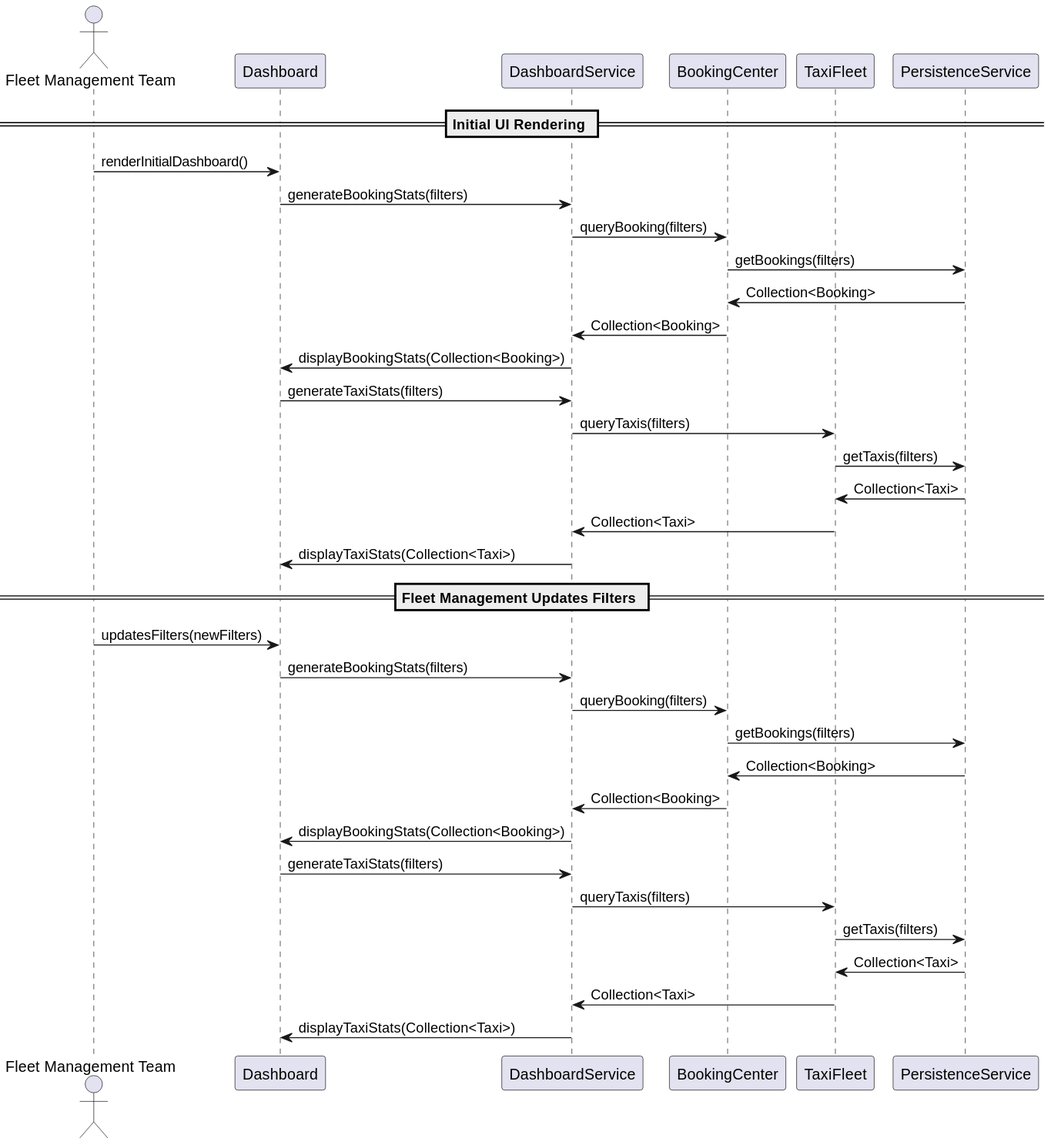
Before: Design/DashboardServiceSequence.svg, a diagram exported from PlantUML (Palrajjayaraj/TaxiFleetCommunication).
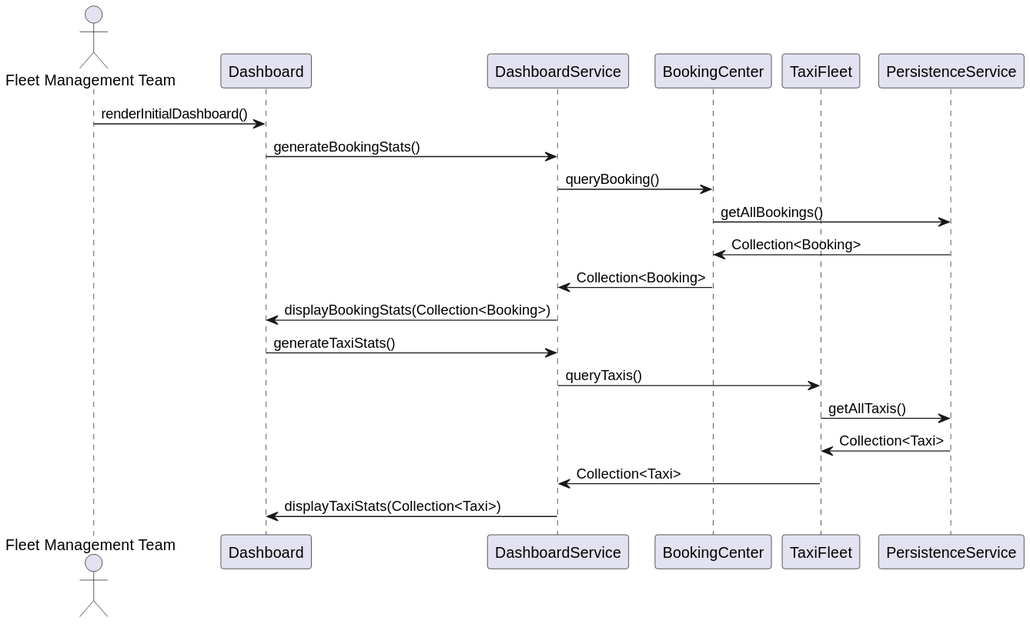
The same file after the commit.

Commit message:
updated dashboard report service

The edit, as a diff of the source:
```diff
@@ -7,37 +7,27 @@
 participant "PersistenceService" as PersistenceService
 
 
-== Initial UI Rendering ==
-
 FleetTeam -> Dashboard : renderInitialDashboard()
-Dashboard -> DashboardService : generateBookingStats(filters)
-DashboardService -> BookingCenter : queryBooking(filters)
-BookingCenter -> PersistenceService : getBookings(filters)
+Dashboard -> DashboardService : generateBookingStats()
+DashboardService -> BookingCenter : queryBooking()
+BookingCenter -> PersistenceService : getAllBookings()
 PersistenceService -> BookingCenter : Collection<Booking>
 BookingCenter -> DashboardService : Collection<Booking>
 DashboardService -> Dashboard : displayBookingStats(Collection<Booking>)
 
-Dashboard -> DashboardService : generateTaxiStats(filters)
-DashboardService -> TaxiFleet : queryTaxis(filters)
-TaxiFleet -> PersistenceService : getTaxis(filters)
+Dashboard -> DashboardService : generateTaxiStats()
+DashboardService -> TaxiFleet : queryTaxis()
+TaxiFleet -> PersistenceService : getAllTaxis()
 PersistenceService -> TaxiFleet : Collection<Taxi>
 TaxiFleet -> DashboardService : Collection<Taxi>
 DashboardService -> Dashboard : displayTaxiStats(Collection<Taxi>)
+@end
 
-== Fleet Management Updates Filters ==
-
-FleetTeam -> Dashboard : updatesFilters(newFilters)
-Dashboard -> DashboardService : generateBookingStats(filters)
-DashboardService -> BookingCenter : queryBooking(filters)
-BookingCenter -> PersistenceService : getBookings(filters)
-PersistenceService -> BookingCenter : Collection<Booking>
-BookingCenter -> DashboardService : Collection<Booking>
-DashboardService -> Dashboard : displayBookingStats(Collection<Booking>)
-
-Dashboard -> DashboardService : generateTaxiStats(filters)
-DashboardService -> TaxiFleet : queryTaxis(filters)
-TaxiFleet -> PersistenceService : getTaxis(filters)
-PersistenceService -> TaxiFleet : Collection<Taxi>
-TaxiFleet -> DashboardService : Collection<Taxi>
-DashboardService -> Dashboard : displayTaxiStats(Collection<Taxi>)
+PlantUML version 1.2024.3(Fri Feb 16 01:10:05 IST 2024)
+(GPLv2 source distribution)
+Java Runtime: Java(TM) SE Runtime Environment
+JVM: Java HotSpot(TM) 64-Bit Server VM
+Default Encoding: UTF-8
+Language: en
+Country: IN
 @enduml
```
